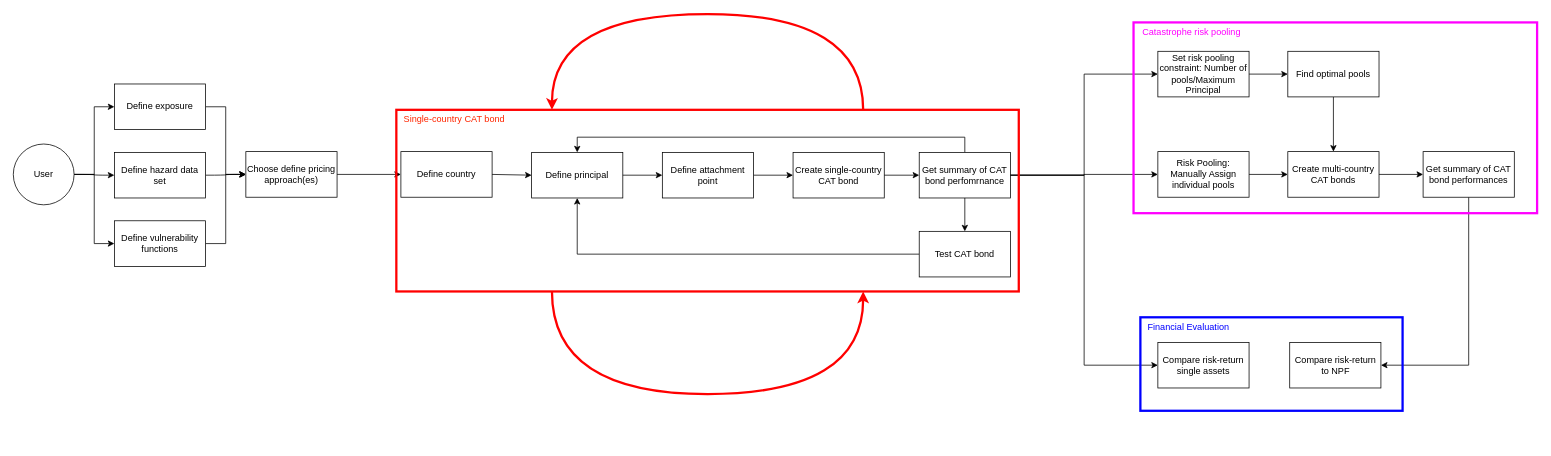
KaiOBerg/master_thesis_cat_bonds keeps this draw.io diagram as user_journey_climada_patels.drawio. Above is the earlier version. Source tidied: cells renumbered, new cells numbered last; positions are measured from the earlier drawing's top-left corner, leaving out a move shared by most shapes. Both pictures are drawn from the tidied source at 76%, with x=0, y=0 at pixel (13, 14).
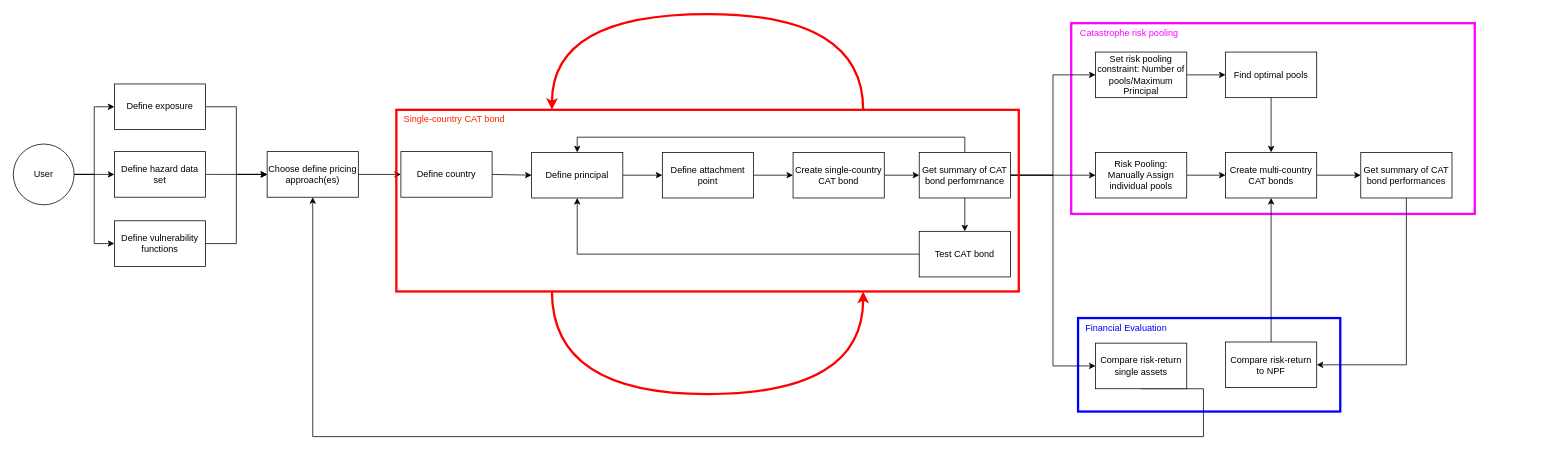
Above is the later version.

Change to the diagram source:
```diff
@@
+    <mxCell id="39" style="rounded=0;whiteSpace=wrap;html=1;fillColor=none;strokeColor=#FF00FF;strokeWidth=3;" parent="1" vertex="1">
+      <mxGeometry x="1392" y="12" width="531" height="251" as="geometry" />
+    </mxCell>
+    <mxCell id="44" style="rounded=0;whiteSpace=wrap;html=1;fillColor=none;strokeColor=#0000FF;strokeWidth=3;" parent="1" vertex="1">
+      <mxGeometry x="1401" y="400" width="345" height="123" as="geometry" />
+    </mxCell>
@@
     <mxCell id="13" value="Find optimal pools" style="rounded=0;whiteSpace=wrap;html=1;" parent="1" vertex="1">
-      <mxGeometry x="1677" y="49" width="120" height="60" as="geometry" />
+      <mxGeometry x="1595" y="50" width="120" height="60" as="geometry" />
     </mxCell>
+    <mxCell id="50" style="edgeStyle=orthogonalEdgeStyle;rounded=0;jettySize=auto;html=1;exitX=0.5;exitY=1;exitDx=0;exitDy=0;entryX=0.5;entryY=1;entryDx=0;entryDy=0;" parent="1" edge="1" source="14" target="28">
+      <mxGeometry relative="1" as="geometry">
+        <Array as="points">
+          <mxPoint x="1566" y="556" />
+          <mxPoint x="394" y="556" />
+        </Array>
+      </mxGeometry>
+    </mxCell>
     <mxCell id="14" value="Compare risk-return single assets" style="rounded=0;whiteSpace=wrap;html=1;" parent="1" vertex="1">
-      <mxGeometry x="1506" y="432" width="120" height="60" as="geometry" />
+      <mxGeometry x="1424" y="433" width="120" height="60" as="geometry" />
     </mxCell>
@@
     <mxCell id="18" value="Set risk pooling constraint: Number of pools/Maximum Principal" style="rounded=0;whiteSpace=wrap;html=1;" parent="1" vertex="1">
-      <mxGeometry x="1506" y="49" width="120" height="60" as="geometry" />
+      <mxGeometry x="1424" y="50" width="120" height="60" as="geometry" />
     </mxCell>
@@
     <mxCell id="28" value="Choose define pricing approach(es)" style="rounded=0;whiteSpace=wrap;html=1;" parent="1" vertex="1">
-      <mxGeometry x="306" y="181" width="120" height="60" as="geometry" />
+      <mxGeometry x="334" y="181" width="120" height="60" as="geometry" />
     </mxCell>
@@
     <mxCell id="32" value="Create multi-country CAT bonds" style="rounded=0;whiteSpace=wrap;html=1;" parent="1" vertex="1">
-      <mxGeometry x="1677" y="181" width="120" height="60" as="geometry" />
+      <mxGeometry x="1595" y="182" width="120" height="60" as="geometry" />
     </mxCell>
@@
     <mxCell id="34" value="Get summary of CAT bond performances" style="rounded=0;whiteSpace=wrap;html=1;" parent="1" vertex="1">
-      <mxGeometry x="1855" y="181" width="120" height="60" as="geometry" />
+      <mxGeometry x="1773" y="182" width="120" height="60" as="geometry" />
     </mxCell>
@@
     <mxCell id="36" value="Risk Pooling: Manually Assign individual pools" style="rounded=0;whiteSpace=wrap;html=1;" parent="1" vertex="1">
-      <mxGeometry x="1506" y="181" width="120" height="60" as="geometry" />
+      <mxGeometry x="1424" y="182" width="120" height="60" as="geometry" />
     </mxCell>
@@
-    <mxCell id="39" style="rounded=0;whiteSpace=wrap;html=1;fillColor=none;strokeColor=#FF00FF;strokeWidth=3;" parent="1" vertex="1">
-      <mxGeometry x="1474" y="11" width="531" height="251" as="geometry" />
-    </mxCell>
     <mxCell id="40" value="&lt;font&gt;&lt;span style=&quot;caret-color: rgb(255, 38, 0); color: rgb(255, 0, 255);&quot;&gt;Catastrophe risk pooling&lt;/span&gt;&lt;/font&gt;" style="text;html=1;align=center;verticalAlign=middle;strokeColor=none;fillColor=none;" parent="1" vertex="1">
-      <mxGeometry x="1476" y="11" width="147" height="26" as="geometry" />
+      <mxGeometry x="1394" y="12" width="147" height="26" as="geometry" />
     </mxCell>
@@
+    <mxCell id="51" style="edgeStyle=orthogonalEdgeStyle;rounded=0;jettySize=auto;html=1;exitX=0.5;exitY=0;exitDx=0;exitDy=0;entryX=0.5;entryY=1;entryDx=0;entryDy=0;" parent="1" edge="1" source="43" target="32">
+      <mxGeometry relative="1" as="geometry" />
+    </mxCell>
     <mxCell id="43" value="Compare risk-return to NPF" style="rounded=0;whiteSpace=wrap;html=1;" parent="1" vertex="1">
-      <mxGeometry x="1679.5" y="432" width="120" height="60" as="geometry" />
+      <mxGeometry x="1595" y="431.5" width="120" height="60" as="geometry" />
     </mxCell>
-    <mxCell id="44" style="rounded=0;whiteSpace=wrap;html=1;fillColor=none;strokeColor=#0000FF;strokeWidth=3;" parent="1" vertex="1">
-      <mxGeometry x="1483" y="399" width="345" height="123" as="geometry" />
-    </mxCell>
     <mxCell id="45" value="&lt;font&gt;&lt;span style=&quot;caret-color: rgb(255, 38, 0); color: rgb(0, 0, 255);&quot;&gt;Financial Evaluation&lt;/span&gt;&lt;/font&gt;" style="text;html=1;align=center;verticalAlign=middle;strokeColor=none;fillColor=none;" parent="1" vertex="1">
-      <mxGeometry x="1483" y="399" width="125" height="26" as="geometry" />
+      <mxGeometry x="1401" y="400" width="125" height="26" as="geometry" />
     </mxCell>
@@
     <mxCell id="47" value="Define hazard data set" style="rounded=0;whiteSpace=wrap;html=1;" parent="1" vertex="1">
-      <mxGeometry x="133" y="182" width="120" height="60" as="geometry" />
+      <mxGeometry x="133" y="181" width="120" height="60" as="geometry" />
     </mxCell>
```
